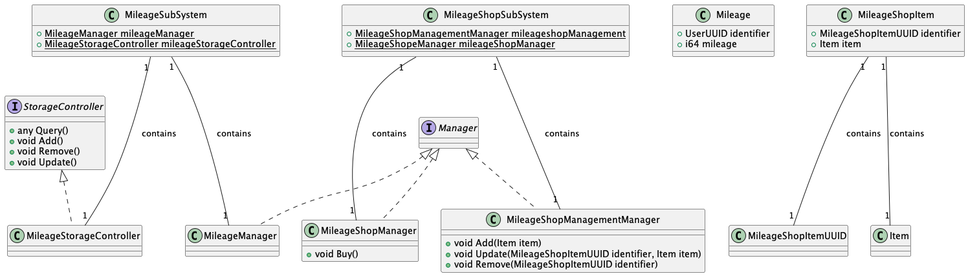
Before: rendered/Mileage.png, a diagram exported from PlantUML (ShapeLayer/se-lecture-task__project-structure-definitions). Its diagram source:
```plantuml
@startuml
Interface Manager
Interface StorageController {
    + any Query()
    + void Add()
    + void Remove()
    + void Update()
}

class Mileage {
    + UserUUID identifier
    + i64 mileage
}

class MileageShopItem {
    + MileageShopItemUUID identifier
    + Item item
}

MileageShopItem "1" --- "1" MileageShopItemUUID : contains
MileageShopItem "1" --- "1" Item : contains


class MileageManager implements Manager {
}

class MileageStorageController implements StorageController{
}

class MileageSubSystem {
    + {static} MileageManager mileageManager
    + {static} MileageStorageController mileageStorageController
}

MileageSubSystem "1" --- "1" MileageManager : contains
MileageSubSystem "1" --- "1" MileageStorageController : contains


class MileageShopManager implements Manager {
    + void Buy()
}

class MileageShopManagementManager implements Manager {
    + void Add(Item item)
    + void Update(MileageShopItemUUID identifier, Item item)
    + void Remove(MileageShopItemUUID identifier)
}

class MileageShopSubSystem {
    + {static} MileageShopManagementManager mileageshopManagement
    + {static} MileageShopeManager mileageShopManager
}
MileageShopSubSystem "1" --- "1" MileageShopManagementManager : contains
MileageShopSubSystem "1" --- "1" MileageShopManager : contains
@enduml
```
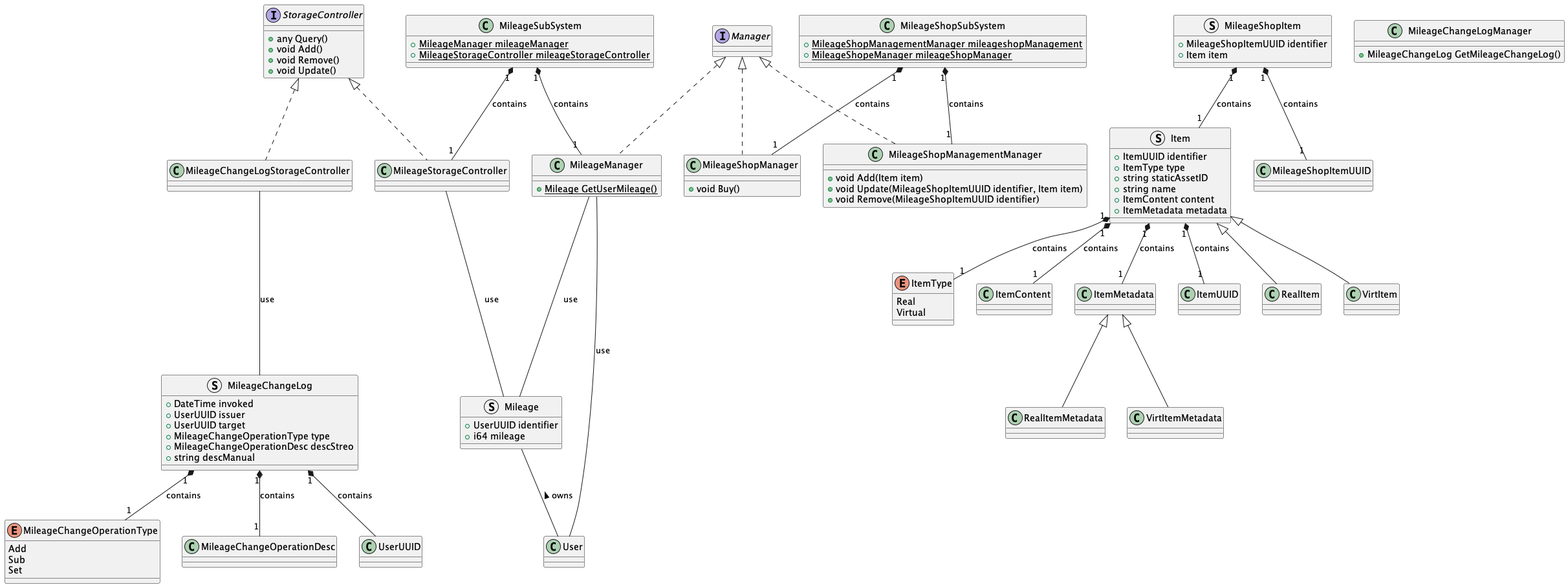
Above is the later version.

The edit, as a diff of the source:
```diff
@@ -7,34 +7,94 @@
     + void Update()
 }
 
-class Mileage {
+enum ItemType {
+    Real
+    Virtual
+}
+
+class ItemContent {}
+class ItemMetadata {}
+class RealItemMetadata extends ItemMetadata {}
+class VirtItemMetadata extends ItemMetadata {}
+
+struct Item {
+    + ItemUUID identifier
+    + ItemType type
+    + string staticAssetID
+    + string name
+    + ItemContent content
+    + ItemMetadata metadata
+}
+
+Item "1" *-- "1" ItemUUID : contains
+Item "1" *-- "1" ItemType : contains
+Item "1" *-- "1" ItemContent : contains
+Item "1" *-- "1" ItemMetadata : contains
+
+class RealItem extends Item {}
+class VirtItem extends Item {}
+
+struct Mileage {
     + UserUUID identifier
     + i64 mileage
 }
 
-class MileageShopItem {
-    + MileageShopItemUUID identifier
-    + Item item
+Mileage -- User : < owns
+
+
+enum MileageChangeOperationType {
+    Add
+    Sub
+    Set
 }
 
-MileageShopItem "1" --- "1" MileageShopItemUUID : contains
-MileageShopItem "1" --- "1" Item : contains
+class MileageChangeOperationDesc {}
 
+struct MileageChangeLog {
+    + DateTime invoked
+    + UserUUID issuer
+    + UserUUID target
+    + MileageChangeOperationType type
+    + MileageChangeOperationDesc descStreo
+    + string descManual
+}
+
+MileageChangeLog "1" *-- UserUUID : contains
+MileageChangeLog "1" *-- "1" MileageChangeOperationType : contains
+MileageChangeLog "1" *-- "1" MileageChangeOperationDesc : contains
 
 class MileageManager implements Manager {
+    + {static} Mileage GetUserMileage()
 }
 
-class MileageStorageController implements StorageController{
+MileageManager --- User : use
+MileageManager --- Mileage : use
+
+class MileageChangeLogManager {
+    + MileageChangeLog GetMileageChangeLog()
 }
+
+class MileageChangeLogStorageController implements StorageController {}
+MileageChangeLogStorageController --- MileageChangeLog : use
+
+class MileageStorageController implements StorageController{}
+MileageStorageController --- Mileage : use
 
 class MileageSubSystem {
     + {static} MileageManager mileageManager
     + {static} MileageStorageController mileageStorageController
 }
 
-MileageSubSystem "1" --- "1" MileageManager : contains
-MileageSubSystem "1" --- "1" MileageStorageController : contains
+MileageSubSystem "1" *-- "1" MileageManager : contains
+MileageSubSystem "1" *-- "1" MileageStorageController : contains
 
+struct MileageShopItem {
+    + MileageShopItemUUID identifier
+    + Item item
+}
+
+MileageShopItem "1" *-- "1" MileageShopItemUUID : contains
+MileageShopItem "1" *-- "1" Item : contains
 
 class MileageShopManager implements Manager {
     + void Buy()
@@ -50,6 +110,6 @@
     + {static} MileageShopManagementManager mileageshopManagement
     + {static} MileageShopeManager mileageShopManager
 }
-MileageShopSubSystem "1" --- "1" MileageShopManagementManager : contains
-MileageShopSubSystem "1" --- "1" MileageShopManager : contains
+MileageShopSubSystem "1" *-- "1" MileageShopManagementManager : contains
+MileageShopSubSystem "1" *-- "1" MileageShopManager : contains
 @enduml
```
